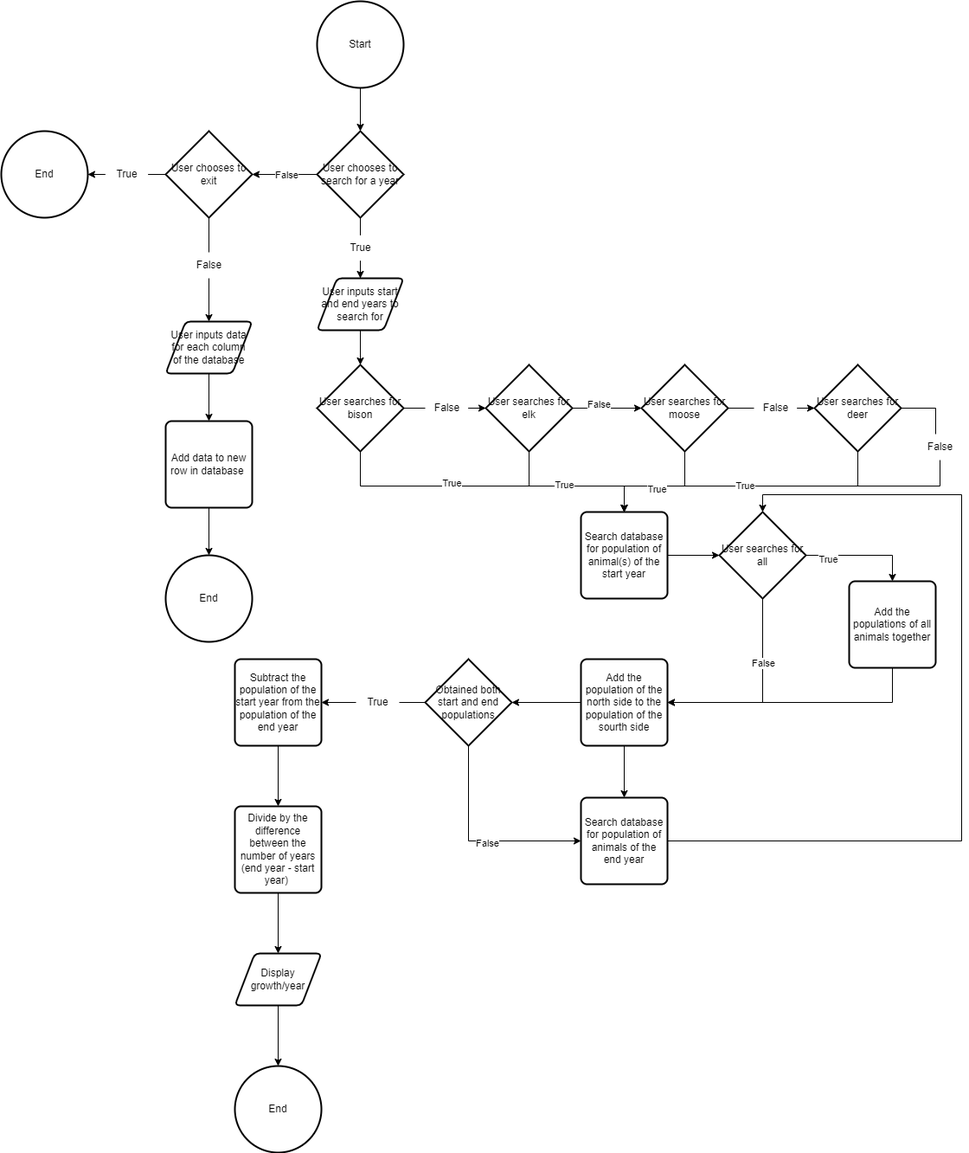
Earlier version of the draw.io export Large Mammal Population.drawio.png (mimimelonxxxx/CSE2130-Project). Source tidied: cells renumbered, new cells last; positions are measured from the earlier drawing's top-left corner, leaving out a move shared by most shapes.
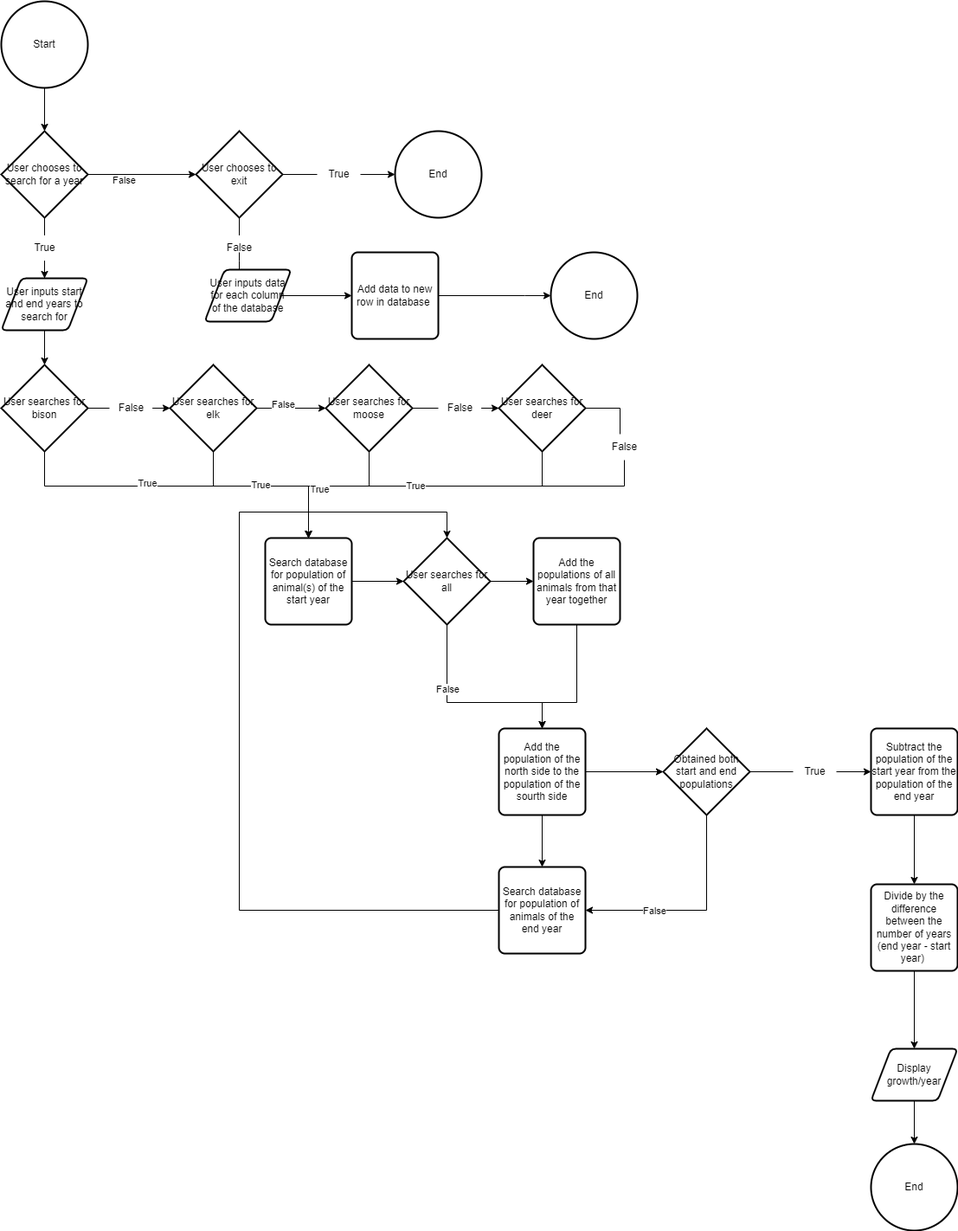
After the commit.

Commit message:
idk how to do this(?)

Diff of the diagram source:
```diff
@@ -8,3 +8,3 @@
     <mxCell id="3" value="Start" style="strokeWidth=2;html=1;shape=mxgraph.flowchart.start_2;whiteSpace=wrap;" parent="1" vertex="1">
-      <mxGeometry x="365" width="100" height="100" as="geometry" />
+      <mxGeometry x="30" width="100" height="100" as="geometry" />
     </mxCell>
@@ -22,3 +22,3 @@
     <mxCell id="7" value="User chooses to search for a year" style="strokeWidth=2;html=1;shape=mxgraph.flowchart.decision;whiteSpace=wrap;" parent="1" vertex="1">
-      <mxGeometry x="365" y="150" width="100" height="100" as="geometry" />
+      <mxGeometry x="30" y="150" width="100" height="100" as="geometry" />
     </mxCell>
@@ -31,9 +31,9 @@
     <mxCell id="10" value="User chooses to exit" style="strokeWidth=2;html=1;shape=mxgraph.flowchart.decision;whiteSpace=wrap;" parent="1" vertex="1">
-      <mxGeometry x="190" y="150" width="100" height="100" as="geometry" />
+      <mxGeometry x="255" y="150" width="100" height="100" as="geometry" />
     </mxCell>
     <mxCell id="11" value="End" style="strokeWidth=2;html=1;shape=mxgraph.flowchart.start_2;whiteSpace=wrap;" parent="1" vertex="1">
-      <mxGeometry y="150" width="100" height="100" as="geometry" />
+      <mxGeometry x="485" y="150" width="100" height="100" as="geometry" />
     </mxCell>
     <mxCell id="12" value="True" style="text;html=1;align=center;verticalAlign=middle;points=[];strokeColor=none;fillColor=none;" parent="1" vertex="1">
-      <mxGeometry x="120" y="185" width="50" height="30" as="geometry" />
+      <mxGeometry x="395" y="185" width="50" height="30" as="geometry" />
     </mxCell>
@@ -44,3 +44,3 @@
       <mxGeometry relative="1" as="geometry">
-        <mxPoint x="415" y="420" as="targetPoint" />
+        <mxPoint x="80" y="420" as="targetPoint" />
       </mxGeometry>
@@ -48,6 +48,6 @@
     <mxCell id="15" value="User inputs start and end years to search for" style="shape=parallelogram;html=1;strokeWidth=2;perimeter=parallelogramPerimeter;whiteSpace=wrap;rounded=1;arcSize=12;size=0.23;" parent="1" vertex="1">
-      <mxGeometry x="365" y="320" width="100" height="60" as="geometry" />
+      <mxGeometry x="30" y="320" width="100" height="60" as="geometry" />
     </mxCell>
     <mxCell id="16" value="True" style="text;html=1;align=center;verticalAlign=middle;points=[];strokeColor=none;fillColor=none;" parent="1" vertex="1">
-      <mxGeometry x="390" y="270" width="50" height="30" as="geometry" />
+      <mxGeometry x="55" y="270" width="50" height="30" as="geometry" />
     </mxCell>
@@ -62,4 +62,4 @@
         <Array as="points">
-          <mxPoint x="415" y="560" />
-          <mxPoint x="720" y="560" />
+          <mxPoint x="80" y="560" />
+          <mxPoint x="385" y="560" />
         </Array>
@@ -71,3 +71,3 @@
     <mxCell id="21" value="User searches for bison" style="strokeWidth=2;html=1;shape=mxgraph.flowchart.decision;whiteSpace=wrap;" parent="1" vertex="1">
-      <mxGeometry x="365" y="420" width="100" height="100" as="geometry" />
+      <mxGeometry x="30" y="420" width="100" height="100" as="geometry" />
     </mxCell>
@@ -82,4 +82,4 @@
         <Array as="points">
-          <mxPoint x="610" y="560" />
-          <mxPoint x="720" y="560" />
+          <mxPoint x="275" y="560" />
+          <mxPoint x="385" y="560" />
         </Array>
@@ -91,3 +91,3 @@
     <mxCell id="26" value="User searches for elk" style="strokeWidth=2;html=1;shape=mxgraph.flowchart.decision;whiteSpace=wrap;" parent="1" vertex="1">
-      <mxGeometry x="560" y="420" width="100" height="100" as="geometry" />
+      <mxGeometry x="225" y="420" width="100" height="100" as="geometry" />
     </mxCell>
@@ -99,4 +99,4 @@
         <Array as="points">
-          <mxPoint x="790" y="560" />
-          <mxPoint x="720" y="560" />
+          <mxPoint x="455" y="560" />
+          <mxPoint x="385" y="560" />
         </Array>
@@ -105,3 +105,3 @@
     <mxCell id="29" value="User searches for moose" style="strokeWidth=2;html=1;shape=mxgraph.flowchart.decision;whiteSpace=wrap;" parent="1" vertex="1">
-      <mxGeometry x="740" y="420" width="100" height="100" as="geometry" />
+      <mxGeometry x="405" y="420" width="100" height="100" as="geometry" />
     </mxCell>
@@ -110,4 +110,4 @@
         <Array as="points">
-          <mxPoint x="1085" y="560" />
-          <mxPoint x="720" y="560" />
+          <mxPoint x="750" y="560" />
+          <mxPoint x="385" y="560" />
         </Array>
@@ -118,4 +118,4 @@
         <Array as="points">
-          <mxPoint x="990" y="560" />
-          <mxPoint x="720" y="560" />
+          <mxPoint x="655" y="560" />
+          <mxPoint x="385" y="560" />
         </Array>
@@ -127,6 +127,6 @@
     <mxCell id="33" value="User searches for deer" style="strokeWidth=2;html=1;shape=mxgraph.flowchart.decision;whiteSpace=wrap;" parent="1" vertex="1">
-      <mxGeometry x="940" y="420" width="100" height="100" as="geometry" />
+      <mxGeometry x="605" y="420" width="100" height="100" as="geometry" />
     </mxCell>
     <mxCell id="34" value="False" style="text;html=1;align=center;verticalAlign=middle;points=[];strokeColor=none;fillColor=none;" parent="1" vertex="1">
-      <mxGeometry x="490" y="455" width="50" height="30" as="geometry" />
+      <mxGeometry x="155" y="455" width="50" height="30" as="geometry" />
     </mxCell>
@@ -136,3 +136,3 @@
     <mxCell id="36" value="False" style="text;html=1;align=center;verticalAlign=middle;points=[];strokeColor=none;fillColor=none;" parent="1" vertex="1">
-      <mxGeometry x="870" y="455" width="50" height="30" as="geometry" />
+      <mxGeometry x="535" y="455" width="50" height="30" as="geometry" />
     </mxCell>
@@ -142,3 +142,3 @@
     <mxCell id="38" value="False" style="text;html=1;align=center;verticalAlign=middle;points=[];strokeColor=none;fillColor=none;" parent="1" vertex="1">
-      <mxGeometry x="1060" y="500" width="50" height="30" as="geometry" />
+      <mxGeometry x="725" y="500" width="50" height="30" as="geometry" />
     </mxCell>
@@ -147,3 +147,3 @@
         <Array as="points">
-          <mxPoint x="1080" y="470" />
+          <mxPoint x="745" y="470" />
         </Array>
@@ -155,3 +155,3 @@
     <mxCell id="41" value="Search database for population of animal(s) of the start year" style="rounded=1;whiteSpace=wrap;html=1;absoluteArcSize=1;arcSize=14;strokeWidth=2;" parent="1" vertex="1">
-      <mxGeometry x="670" y="590" width="100" height="100" as="geometry" />
+      <mxGeometry x="335" y="620" width="100" height="100" as="geometry" />
     </mxCell>
@@ -164,8 +164,9 @@
     <mxCell id="44" value="Add the population of the north side to the population of the sourth side" style="rounded=1;whiteSpace=wrap;html=1;absoluteArcSize=1;arcSize=14;strokeWidth=2;" parent="1" vertex="1">
-      <mxGeometry x="670" y="760" width="100" height="100" as="geometry" />
+      <mxGeometry x="605" y="840" width="100" height="100" as="geometry" />
     </mxCell>
-    <mxCell id="45" style="edgeStyle=orthogonalEdgeStyle;rounded=0;jettySize=auto;html=1;entryX=1;entryY=0.5;entryDx=0;entryDy=0;" parent="1" edge="1" source="49" target="44">
+    <mxCell id="45" style="edgeStyle=orthogonalEdgeStyle;rounded=0;jettySize=auto;html=1;entryX=0.5;entryY=0;entryDx=0;entryDy=0;" parent="1" edge="1" source="49" target="44">
       <mxGeometry relative="1" as="geometry">
         <Array as="points">
-          <mxPoint x="880" y="810" />
+          <mxPoint x="545" y="810" />
+          <mxPoint x="655" y="810" />
         </Array>
@@ -176,19 +177,13 @@
     </mxCell>
-    <mxCell id="47" style="edgeStyle=orthogonalEdgeStyle;rounded=0;jettySize=auto;html=1;entryX=0.5;entryY=0;entryDx=0;entryDy=0;" parent="1" edge="1" source="49" target="51">
-      <mxGeometry relative="1" as="geometry">
-        <Array as="points">
-          <mxPoint x="1030" y="640" />
-        </Array>
-      </mxGeometry>
+    <mxCell id="47" style="edgeStyle=orthogonalEdgeStyle;rounded=0;jettySize=auto;html=1;" parent="1" edge="1" source="49" target="51">
+      <mxGeometry relative="1" as="geometry" />
     </mxCell>
-    <mxCell id="48" value="True" style="edgeLabel;html=1;align=center;verticalAlign=middle;" parent="47" vertex="1">
-      <mxGeometry x="-0.59" y="-4" relative="1" as="geometry" />
-    </mxCell>
     <mxCell id="49" value="User searches for all" style="strokeWidth=2;html=1;shape=mxgraph.flowchart.decision;whiteSpace=wrap;" parent="1" vertex="1">
-      <mxGeometry x="830" y="590" width="100" height="100" as="geometry" />
+      <mxGeometry x="495" y="620" width="100" height="100" as="geometry" />
     </mxCell>
-    <mxCell id="50" style="edgeStyle=orthogonalEdgeStyle;rounded=0;jettySize=auto;html=1;entryX=1;entryY=0.5;entryDx=0;entryDy=0;" parent="1" edge="1" source="51" target="44">
+    <mxCell id="50" style="edgeStyle=orthogonalEdgeStyle;rounded=0;jettySize=auto;html=1;entryX=0.5;entryY=0;entryDx=0;entryDy=0;" parent="1" edge="1" source="51" target="44">
       <mxGeometry relative="1" as="geometry">
         <Array as="points">
-          <mxPoint x="1030" y="810" />
+          <mxPoint x="695" y="810" />
+          <mxPoint x="655" y="810" />
         </Array>
@@ -196,4 +191,4 @@
     </mxCell>
-    <mxCell id="51" value="Add the populations of all animals together" style="rounded=1;whiteSpace=wrap;html=1;absoluteArcSize=1;arcSize=14;strokeWidth=2;" parent="1" vertex="1">
-      <mxGeometry x="980" y="670" width="100" height="100" as="geometry" />
+    <mxCell id="51" value="Add the populations of all animals from that year together" style="rounded=1;whiteSpace=wrap;html=1;absoluteArcSize=1;arcSize=14;strokeWidth=2;" parent="1" vertex="1">
+      <mxGeometry x="645" y="620" width="100" height="100" as="geometry" />
     </mxCell>
@@ -202,5 +197,5 @@
         <Array as="points">
-          <mxPoint x="1110" y="970" />
-          <mxPoint x="1110" y="570" />
-          <mxPoint x="880" y="570" />
+          <mxPoint x="305" y="1050" />
+          <mxPoint x="305" y="590" />
+          <mxPoint x="545" y="590" />
         </Array>
@@ -209,8 +204,8 @@
     <mxCell id="53" value="Search database for population of animals of the end year" style="rounded=1;whiteSpace=wrap;html=1;absoluteArcSize=1;arcSize=14;strokeWidth=2;" parent="1" vertex="1">
-      <mxGeometry x="670" y="920" width="100" height="100" as="geometry" />
+      <mxGeometry x="605" y="1000" width="100" height="100" as="geometry" />
     </mxCell>
-    <mxCell id="54" style="edgeStyle=orthogonalEdgeStyle;rounded=0;jettySize=auto;html=1;entryX=0;entryY=0.5;entryDx=0;entryDy=0;" parent="1" edge="1" source="57" target="53">
+    <mxCell id="54" style="edgeStyle=orthogonalEdgeStyle;rounded=0;jettySize=auto;html=1;exitX=0.5;exitY=1;exitDx=0;exitDy=0;exitPerimeter=0;" parent="1" edge="1" source="57" target="53">
       <mxGeometry relative="1" as="geometry">
         <Array as="points">
-          <mxPoint x="540" y="970" />
+          <mxPoint x="845" y="1050" />
         </Array>
@@ -219,9 +214,8 @@
     <mxCell id="55" value="False" style="edgeLabel;html=1;align=center;verticalAlign=middle;" parent="54" vertex="1">
-      <mxGeometry x="0.1" y="-2" relative="1" as="geometry" />
+      <mxGeometry x="0.1" y="-2" relative="1" as="geometry">
+        <mxPoint x="-33" y="2" as="offset" />
+      </mxGeometry>
     </mxCell>
-    <mxCell id="56" style="edgeStyle=orthogonalEdgeStyle;rounded=0;jettySize=auto;html=1;startArrow=none;" parent="1" edge="1" source="60" target="59">
-      <mxGeometry relative="1" as="geometry" />
-    </mxCell>
     <mxCell id="57" value="Obtained both start and end populations" style="strokeWidth=2;html=1;shape=mxgraph.flowchart.decision;whiteSpace=wrap;" parent="1" vertex="1">
-      <mxGeometry x="490" y="760" width="100" height="100" as="geometry" />
+      <mxGeometry x="795" y="840" width="100" height="100" as="geometry" />
     </mxCell>
@@ -231,7 +225,4 @@
     <mxCell id="59" value="Subtract the population of the start year from the population of the end year" style="rounded=1;whiteSpace=wrap;html=1;absoluteArcSize=1;arcSize=14;strokeWidth=2;" parent="1" vertex="1">
-      <mxGeometry x="270" y="760" width="100" height="100" as="geometry" />
+      <mxGeometry x="1035" y="840" width="100" height="100" as="geometry" />
     </mxCell>
-    <mxCell id="60" value="True" style="text;html=1;align=center;verticalAlign=middle;points=[];strokeColor=none;fillColor=none;" parent="1" vertex="1">
-      <mxGeometry x="410" y="795" width="50" height="30" as="geometry" />
-    </mxCell>
     <mxCell id="61" style="edgeStyle=orthogonalEdgeStyle;rounded=0;jettySize=auto;html=1;endArrow=none;" parent="1" edge="1" source="57" target="60">
@@ -243,3 +234,3 @@
     <mxCell id="63" value="Divide by the difference between the number of years&lt;br&gt;(end year - start year)&amp;nbsp;" style="rounded=1;whiteSpace=wrap;html=1;absoluteArcSize=1;arcSize=14;strokeWidth=2;" parent="1" vertex="1">
-      <mxGeometry x="270" y="930" width="100" height="100" as="geometry" />
+      <mxGeometry x="1035" y="1020" width="100" height="100" as="geometry" />
     </mxCell>
@@ -249,6 +240,6 @@
     <mxCell id="65" value="Display growth/year" style="shape=parallelogram;html=1;strokeWidth=2;perimeter=parallelogramPerimeter;whiteSpace=wrap;rounded=1;arcSize=12;size=0.23;" parent="1" vertex="1">
-      <mxGeometry x="270" y="1100" width="100" height="60" as="geometry" />
+      <mxGeometry x="1035" y="1210" width="100" height="60" as="geometry" />
     </mxCell>
     <mxCell id="66" value="End" style="strokeWidth=2;html=1;shape=mxgraph.flowchart.start_2;whiteSpace=wrap;" parent="1" vertex="1">
-      <mxGeometry x="270" y="1230" width="100" height="100" as="geometry" />
+      <mxGeometry x="1035" y="1320" width="100" height="100" as="geometry" />
     </mxCell>
@@ -258,19 +249,39 @@
     <mxCell id="68" value="User inputs data for each column of the database" style="shape=parallelogram;html=1;strokeWidth=2;perimeter=parallelogramPerimeter;whiteSpace=wrap;rounded=1;arcSize=12;size=0.23;" parent="1" vertex="1">
-      <mxGeometry x="190" y="370" width="100" height="60" as="geometry" />
+      <mxGeometry x="265" y="310" width="100" height="60" as="geometry" />
     </mxCell>
-    <mxCell id="69" value="False" style="text;html=1;align=center;verticalAlign=middle;points=[];strokeColor=none;fillColor=none;" parent="1" vertex="1">
-      <mxGeometry x="215" y="290" width="50" height="30" as="geometry" />
-    </mxCell>
-    <mxCell id="70" style="edgeStyle=orthogonalEdgeStyle;rounded=0;jettySize=auto;html=1;endArrow=none;" parent="1" edge="1" source="10" target="69">
-      <mxGeometry relative="1" as="geometry" />
+    <mxCell id="70" style="edgeStyle=orthogonalEdgeStyle;rounded=0;jettySize=auto;html=1;endArrow=none;startArrow=none;" parent="1" edge="1" source="69">
+      <mxGeometry relative="1" as="geometry">
+        <mxPoint x="305" y="290" as="targetPoint" />
+        <Array as="points">
+          <mxPoint x="305" y="280" />
+          <mxPoint x="305" y="280" />
+        </Array>
+      </mxGeometry>
     </mxCell>
     <mxCell id="71" style="edgeStyle=orthogonalEdgeStyle;rounded=0;jettySize=auto;html=1;" parent="1" edge="1" source="72" target="73">
-      <mxGeometry relative="1" as="geometry" />
+      <mxGeometry relative="1" as="geometry">
+        <Array as="points">
+          <mxPoint x="635" y="340" />
+          <mxPoint x="635" y="340" />
+        </Array>
+      </mxGeometry>
     </mxCell>
     <mxCell id="72" value="Add data to new row in database&amp;nbsp;" style="rounded=1;whiteSpace=wrap;html=1;absoluteArcSize=1;arcSize=14;strokeWidth=2;" parent="1" vertex="1">
-      <mxGeometry x="190" y="485" width="100" height="100" as="geometry" />
+      <mxGeometry x="435" y="290" width="100" height="100" as="geometry" />
     </mxCell>
     <mxCell id="73" value="End" style="strokeWidth=2;html=1;shape=mxgraph.flowchart.start_2;whiteSpace=wrap;" parent="1" vertex="1">
-      <mxGeometry x="190" y="640" width="100" height="100" as="geometry" />
+      <mxGeometry x="665" y="290" width="100" height="100" as="geometry" />
     </mxCell>
+    <mxCell id="69" value="False" style="text;html=1;align=center;verticalAlign=middle;points=[];strokeColor=none;fillColor=none;" parent="1" vertex="1">
+      <mxGeometry x="280" y="270" width="50" height="30" as="geometry" />
+    </mxCell>
+    <mxCell id="74" style="edgeStyle=orthogonalEdgeStyle;rounded=0;jettySize=auto;html=1;endArrow=none;" parent="1" edge="1" source="10" target="69">
+      <mxGeometry relative="1" as="geometry" />
+    </mxCell>
+    <mxCell id="56" style="edgeStyle=orthogonalEdgeStyle;rounded=0;jettySize=auto;html=1;" parent="1" edge="1" source="60" target="59">
+      <mxGeometry relative="1" as="geometry" />
+    </mxCell>
+    <mxCell id="60" value="True" style="text;html=1;align=center;verticalAlign=middle;points=[];strokeColor=none;fillColor=none;" parent="1" vertex="1">
+      <mxGeometry x="945" y="875" width="50" height="30" as="geometry" />
+    </mxCell>
   </root>
```
